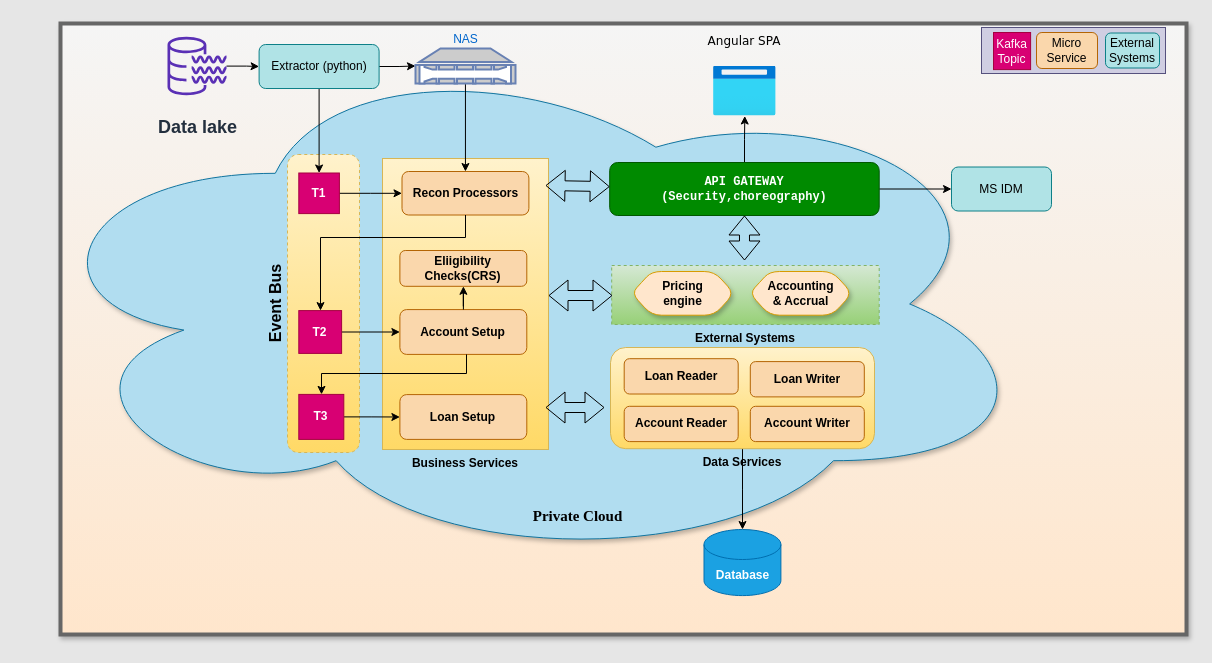
syogesh31/jp keeps this draw.io diagram as page "Page-2" (2 of 2) of Untitled Diagram.drawio. Above is the earlier version. Source tidied: cells renumbered, new cells numbered last; positions are measured from the earlier drawing's top-left corner, leaving out a move shared by most shapes. Both pictures are drawn from the tidied source at 100%, with x=0, y=0 at pixel (21, 23).
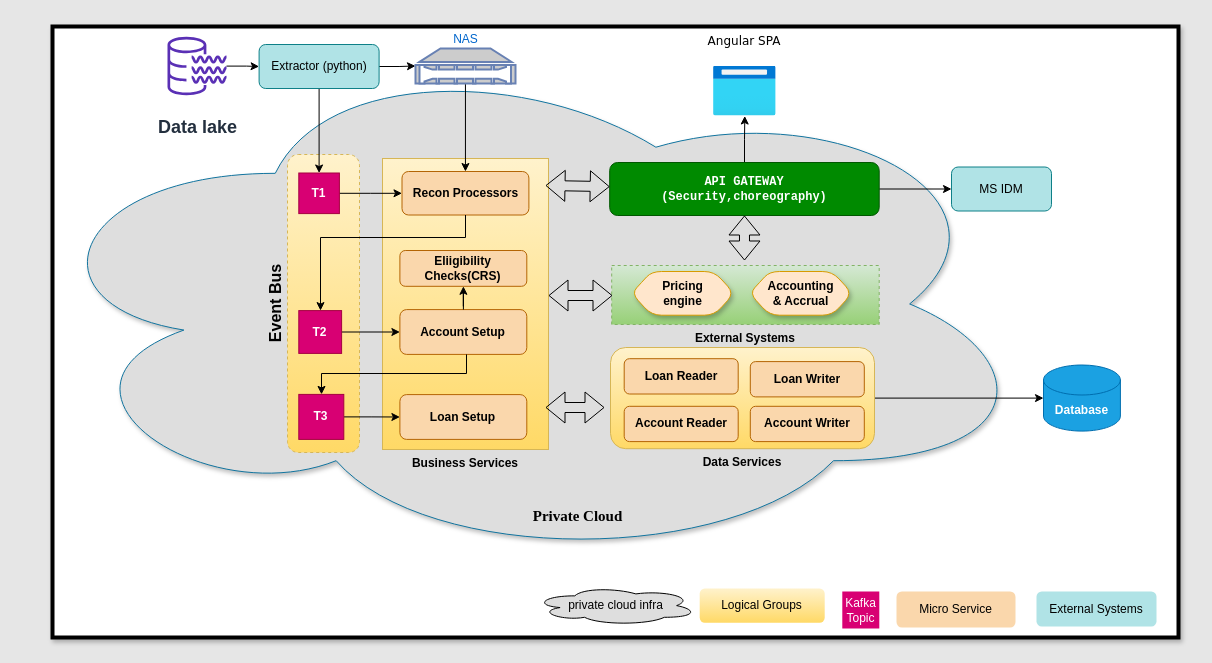
The same page after the edit.

What changed in the source:
```diff
@@
-    <mxCell id="3" style="rounded=0;whiteSpace=wrap;html=1;shadow=1;glass=0;labelBackgroundColor=none;sketch=0;fontFamily=Garamond;strokeColor=#666666;strokeWidth=4;fillColor=#f5f5f5;gradientColor=#FFE6CC;" parent="1" vertex="1">
-      <mxGeometry x="39" width="1126" height="611" as="geometry" />
+    <mxCell id="3" style="rounded=0;whiteSpace=wrap;html=1;shadow=1;glass=0;labelBackgroundColor=none;sketch=0;fontFamily=Garamond;strokeWidth=4;" parent="1" vertex="1">
+      <mxGeometry x="31" y="3" width="1126" height="611" as="geometry" />
     </mxCell>
-    <mxCell id="4" style="ellipse;shape=cloud;whiteSpace=wrap;html=1;rounded=1;shadow=1;glass=0;labelBackgroundColor=none;sketch=0;fontFamily=Verdana;strokeColor=#10739e;fillColor=#b1ddf0;labelPosition=center;verticalLabelPosition=top;align=center;verticalAlign=bottom;" parent="1" vertex="1">
+    <mxCell id="4" style="ellipse;shape=cloud;whiteSpace=wrap;html=1;rounded=1;shadow=1;glass=0;labelBackgroundColor=none;sketch=0;fontFamily=Verdana;strokeColor=#10739e;labelPosition=center;verticalLabelPosition=top;align=center;verticalAlign=bottom;fillColor=#DEDEDE;" parent="1" vertex="1">
       <mxGeometry y="19.2" width="1015" height="522.5" as="geometry" />
     </mxCell>
@@
-    <mxCell id="30" style="group;gradientDirection=south;fillColor=#d0cee2;labelPosition=left;verticalLabelPosition=top;align=right;verticalAlign=bottom;strokeColor=#56517e;" parent="1" vertex="1">
-      <mxGeometry x="960" y="4" width="184" height="46" as="geometry" />
-    </mxCell>
@@
     <mxCell id="33" value="&lt;b&gt;Database &lt;/b&gt;" style="shape=cylinder3;whiteSpace=wrap;html=1;boundedLbl=1;backgroundOutline=1;size=15;fillColor=#1ba1e2;strokeColor=#006EAF;fontColor=#ffffff;" parent="1" vertex="1">
-      <mxGeometry x="682.5" y="506" width="76.9" height="66.1" as="geometry" />
+      <mxGeometry x="1022" y="341.5" width="76.9" height="66.1" as="geometry" />
     </mxCell>
@@
-    <mxCell id="49" value="Micro Service" style="rounded=1;whiteSpace=wrap;html=1;fillColor=#fad7ac;strokeColor=#b46504;" parent="1" vertex="1">
-      <mxGeometry x="1015" y="9" width="61" height="36" as="geometry" />
+    <mxCell id="49" value="Micro Service" style="rounded=1;whiteSpace=wrap;html=1;fillColor=#fad7ac;strokeColor=none;" parent="1" vertex="1">
+      <mxGeometry x="875" y="568" width="119" height="36" as="geometry" />
     </mxCell>
-    <mxCell id="50" value="External Systems" style="rounded=1;whiteSpace=wrap;html=1;fillColor=#b0e3e6;strokeColor=#0e8088;" parent="1" vertex="1">
-      <mxGeometry x="1084" y="9.5" width="54" height="35" as="geometry" />
+    <mxCell id="50" value="External Systems" style="rounded=1;whiteSpace=wrap;html=1;fillColor=#b0e3e6;strokeColor=none;" parent="1" vertex="1">
+      <mxGeometry x="1015" y="568" width="120" height="35" as="geometry" />
     </mxCell>
-    <mxCell id="51" value="Kafka Topic" style="whiteSpace=wrap;html=1;fillColor=#d80073;strokeColor=#A50040;fontColor=#ffffff;" parent="1" vertex="1">
-      <mxGeometry x="972" y="9" width="37.1" height="37.1" as="geometry" />
+    <mxCell id="51" value="Kafka Topic" style="whiteSpace=wrap;html=1;fillColor=#d80073;fontColor=#ffffff;strokeColor=none;" parent="1" vertex="1">
+      <mxGeometry x="820.8" y="568" width="37" height="37" as="geometry" />
     </mxCell>
+    <mxCell id="52" value="private cloud infra" style="ellipse;shape=cloud;whiteSpace=wrap;html=1;fillColor=#DEDEDE;" parent="1" vertex="1">
+      <mxGeometry x="512.5" y="562.6" width="163" height="39" as="geometry" />
+    </mxCell>
+    <mxCell id="53" value="Logical Groups" style="rounded=1;whiteSpace=wrap;html=1;fillColor=#fff2cc;gradientColor=#ffd966;labelPosition=center;verticalLabelPosition=middle;align=center;verticalAlign=middle;strokeColor=none;" parent="1" vertex="1">
+      <mxGeometry x="678.2" y="565" width="125" height="34.2" as="geometry" />
+    </mxCell>
```
